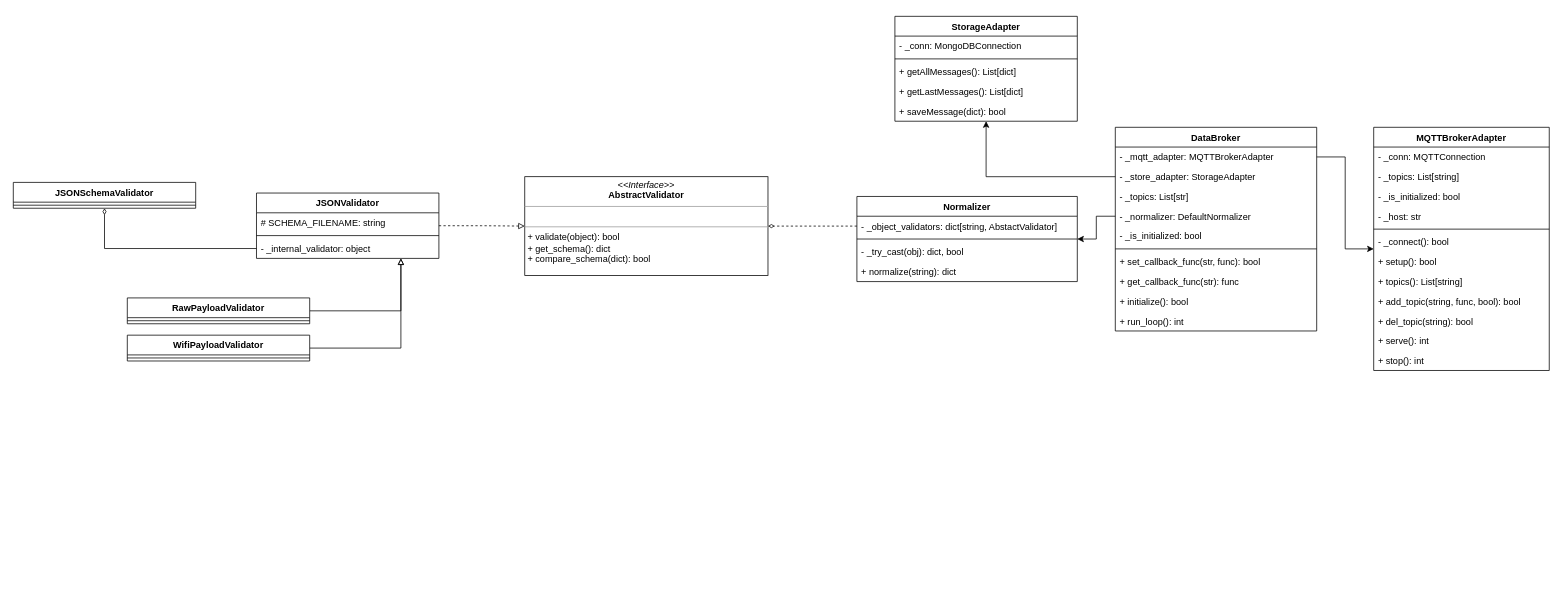
Kirkirillka/GPS_Tracker keeps this draw.io diagram as page "processing_subsystem" (1 of 3) of docs/schemes/classes/ClassDiagram.drawio. Above is the earlier version. Source tidied: cells renumbered, new cells numbered last; positions are measured from the earlier drawing's top-left corner, leaving out a move shared by most shapes. Both pictures are drawn from the tidied source at 76%, with x=0, y=0 at pixel (13, 16).
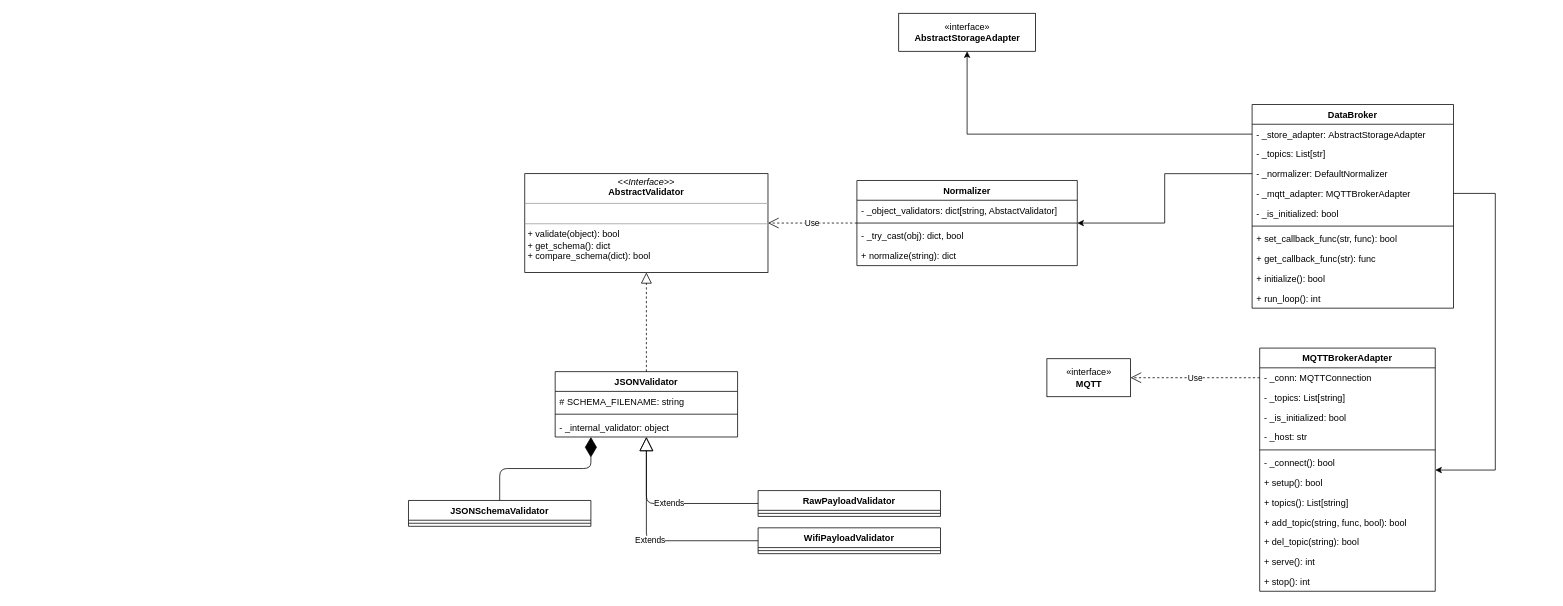
The same diagram, later.

Commit message (it also covers changes not shown here):
Change StorageAPI, added a new AbstractStorageAdapter class to make the API methods more describable.

Unchanged cells that the change refers to:
```xml
<mxCell id="14" value="- _conn: MQTTConnection&#10;" style="text;strokeColor=none;fillColor=none;align=left;verticalAlign=top;spacingLeft=4;spacingRight=4;overflow=hidden;points=[[0,0.5],[1,0.5]];portConstraint=eastwest;" parent="13" vertex="1">
  <mxGeometry y="26" width="231" height="26" as="geometry" />
</mxCell>
<mxCell id="32" value="- _internal_validator: object" style="text;strokeColor=none;fillColor=none;align=left;verticalAlign=top;spacingLeft=4;spacingRight=4;overflow=hidden;points=[[0,0.5],[1,0.5]];portConstraint=eastwest;" parent="29" vertex="1">
  <mxGeometry y="60" width="240" height="26" as="geometry" />
</mxCell>
<mxCell id="34" value="- _object_validators: dict[string, AbstactValidator]&#10;" style="text;strokeColor=none;fillColor=none;align=left;verticalAlign=top;spacingLeft=4;spacingRight=4;overflow=hidden;points=[[0,0.5],[1,0.5]];portConstraint=eastwest;" parent="33" vertex="1">
  <mxGeometry y="26" width="290" height="26" as="geometry" />
</mxCell>
```

The edit, as a diff of the source:
```diff
@@
     <mxCell id="2" value="DataBroker" style="swimlane;fontStyle=1;align=center;verticalAlign=top;horizontal=1;startSize=26;" parent="1" vertex="1">
-      <mxGeometry x="1450" y="146" width="265" height="268" as="geometry" />
+      <mxGeometry x="1630" y="116" width="265" height="268" as="geometry" />
     </mxCell>
-    <mxCell id="3" value="- _mqtt_adapter: MQTTBrokerAdapter" style="text;strokeColor=none;fillColor=none;align=left;verticalAlign=top;spacingLeft=4;spacingRight=4;overflow=hidden;points=[[0,0.5],[1,0.5]];portConstraint=eastwest;" parent="2" vertex="1">
-      <mxGeometry y="26" width="265" height="26" as="geometry" />
-    </mxCell>
-    <mxCell id="4" value="- _store_adapter: StorageAdapter" style="text;strokeColor=none;fillColor=none;align=left;verticalAlign=top;spacingLeft=4;spacingRight=4;overflow=hidden;points=[[0,0.5],[1,0.5]];portConstraint=eastwest;" parent="2" vertex="1">
-      <mxGeometry y="52" width="265" height="26" as="geometry" />
+    <mxCell id="4" value="- _store_adapter: AbstractStorageAdapter" style="text;strokeColor=none;fillColor=none;align=left;verticalAlign=top;spacingLeft=4;spacingRight=4;overflow=hidden;points=[[0,0.5],[1,0.5]];portConstraint=eastwest;" parent="2" vertex="1">
+      <mxGeometry y="26" width="265" height="26" as="geometry" />
     </mxCell>
     <mxCell id="5" value="- _topics: List[str]" style="text;strokeColor=none;fillColor=none;align=left;verticalAlign=top;spacingLeft=4;spacingRight=4;overflow=hidden;" parent="2" vertex="1">
-      <mxGeometry y="78" width="265" height="26" as="geometry" />
+      <mxGeometry y="52" width="265" height="26" as="geometry" />
     </mxCell>
     <mxCell id="6" value="- _normalizer: DefaultNormalizer" style="text;strokeColor=none;fillColor=none;align=left;verticalAlign=top;spacingLeft=4;spacingRight=4;overflow=hidden;points=[[0,0.5],[1,0.5]];portConstraint=eastwest;" parent="2" vertex="1">
-      <mxGeometry y="104" width="265" height="26" as="geometry" />
+      <mxGeometry y="78" width="265" height="26" as="geometry" />
     </mxCell>
+    <mxCell id="3" value="- _mqtt_adapter: MQTTBrokerAdapter" style="text;strokeColor=none;fillColor=none;align=left;verticalAlign=top;spacingLeft=4;spacingRight=4;overflow=hidden;points=[[0,0.5],[1,0.5]];portConstraint=eastwest;" parent="2" vertex="1">
+      <mxGeometry y="104" width="265" height="26" as="geometry" />
+    </mxCell>
@@
     <mxCell id="13" value="MQTTBrokerAdapter" style="swimlane;fontStyle=1;align=center;verticalAlign=top;horizontal=1;startSize=26;" parent="1" vertex="1">
-      <mxGeometry x="1790" y="146" width="231" height="320" as="geometry" />
+      <mxGeometry x="1640" y="436.5" width="231" height="320" as="geometry" />
     </mxCell>
@@
-    <mxCell id="26" style="edgeStyle=orthogonalEdgeStyle;rounded=0;jettySize=auto;html=1;endArrow=none;endFill=0;startArrow=block;startFill=0;" parent="1" edge="1" source="29" target="49">
-      <mxGeometry relative="1" as="geometry">
-        <Array as="points">
-          <mxPoint x="510" y="387.5" />
-        </Array>
-      </mxGeometry>
-    </mxCell>
-    <mxCell id="27" style="edgeStyle=orthogonalEdgeStyle;rounded=0;jettySize=auto;html=1;endArrow=none;endFill=0;startArrow=block;startFill=0;" parent="1" edge="1" source="29" target="51">
-      <mxGeometry relative="1" as="geometry">
-        <Array as="points">
-          <mxPoint x="510" y="436.5" />
-        </Array>
-      </mxGeometry>
-    </mxCell>
-    <mxCell id="28" style="edgeStyle=orthogonalEdgeStyle;rounded=0;jettySize=auto;html=1;startArrow=none;startFill=0;endArrow=block;endFill=0;dashed=1;" parent="1" edge="1" source="29" target="47">
-      <mxGeometry relative="1" as="geometry" />
-    </mxCell>
     <mxCell id="29" value="JSONValidator" style="swimlane;fontStyle=1;align=center;verticalAlign=top;horizontal=1;startSize=26;" parent="1" vertex="1">
-      <mxGeometry x="320" y="232.5" width="240" height="86" as="geometry" />
+      <mxGeometry x="713" y="467.5" width="240" height="86" as="geometry" />
     </mxCell>
@@
     <mxCell id="33" value="Normalizer" style="swimlane;fontStyle=1;align=center;verticalAlign=top;horizontal=1;startSize=26;" parent="1" vertex="1">
-      <mxGeometry x="1110" y="237" width="290" height="112" as="geometry" />
+      <mxGeometry x="1110" y="216" width="290" height="112" as="geometry" />
     </mxCell>
@@
-    <mxCell id="38" value="StorageAdapter" style="swimlane;fontStyle=1;align=center;verticalAlign=top;horizontal=1;startSize=26;" parent="1" vertex="1">
-      <mxGeometry x="1160" width="240" height="138" as="geometry" />
-    </mxCell>
-    <mxCell id="39" value="- _conn: MongoDBConnection" style="text;strokeColor=none;fillColor=none;align=left;verticalAlign=top;spacingLeft=4;spacingRight=4;overflow=hidden;" parent="38" vertex="1">
-      <mxGeometry y="26" width="240" height="26" as="geometry" />
-    </mxCell>
-    <mxCell id="40" style="line;strokeWidth=1;fillColor=none;align=left;verticalAlign=middle;spacingTop=-1;spacingLeft=3;spacingRight=3;labelPosition=right;" parent="38" vertex="1">
-      <mxGeometry y="52" width="240" height="8" as="geometry" />
-    </mxCell>
-    <mxCell id="41" value="+ getAllMessages(): List[dict]" style="text;strokeColor=none;fillColor=none;align=left;verticalAlign=top;spacingLeft=4;spacingRight=4;overflow=hidden;" parent="38" vertex="1">
-      <mxGeometry y="60" width="240" height="26" as="geometry" />
-    </mxCell>
-    <mxCell id="42" value="+ getLastMessages(): List[dict]" style="text;strokeColor=none;fillColor=none;align=left;verticalAlign=top;spacingLeft=4;spacingRight=4;overflow=hidden;" parent="38" vertex="1">
-      <mxGeometry y="86" width="240" height="26" as="geometry" />
-    </mxCell>
-    <mxCell id="43" value="+ saveMessage(dict): bool" style="text;strokeColor=none;fillColor=none;align=left;verticalAlign=top;spacingLeft=4;spacingRight=4;overflow=hidden;" parent="38" vertex="1">
-      <mxGeometry y="112" width="240" height="26" as="geometry" />
-    </mxCell>
-    <mxCell id="44" style="edgeStyle=orthogonalEdgeStyle;rounded=0;jettySize=auto;html=1;" parent="1" edge="1" source="3" target="13">
-      <mxGeometry relative="1" as="geometry" />
-    </mxCell>
-    <mxCell id="45" style="edgeStyle=orthogonalEdgeStyle;rounded=0;jettySize=auto;html=1;" parent="1" edge="1" source="4" target="38">
+    <mxCell id="45" style="edgeStyle=orthogonalEdgeStyle;rounded=0;jettySize=auto;html=1;entryX=0.5;entryY=1;entryDx=0;entryDy=0;" parent="1" edge="1" source="4" target="56">
       <mxGeometry relative="1" as="geometry" />
     </mxCell>
@@
     <mxCell id="47" value="&lt;p style=&quot;margin: 0px ; margin-top: 4px ; text-align: center&quot;&gt;&lt;i&gt;&amp;lt;&amp;lt;Interface&amp;gt;&amp;gt;&lt;/i&gt;&lt;br&gt;&lt;b&gt;AbstractValidator&lt;/b&gt;&lt;/p&gt;&lt;hr size=&quot;1&quot;&gt;&lt;p style=&quot;margin: 0px ; margin-left: 4px&quot;&gt;&lt;br&gt;&lt;/p&gt;&lt;hr size=&quot;1&quot;&gt;&lt;p style=&quot;margin: 0px ; margin-left: 4px&quot;&gt;+ validate(object): bool&lt;br&gt;+ get_schema(): dict&lt;/p&gt;&lt;p style=&quot;margin: 0px ; margin-left: 4px&quot;&gt;&lt;span&gt;+ compare_schema(dict)&lt;/span&gt;&lt;span&gt;: bool&lt;/span&gt;&lt;/p&gt;" style="verticalAlign=top;align=left;overflow=fill;fontSize=12;fontFamily=Helvetica;html=1;rounded=0;shadow=0;comic=0;labelBackgroundColor=none;strokeColor=#000000;strokeWidth=1;fillColor=#ffffff;" parent="1" vertex="1">
-      <mxGeometry x="673" y="211" width="320" height="130" as="geometry" />
+      <mxGeometry x="673" y="207" width="320" height="130" as="geometry" />
     </mxCell>
-    <mxCell id="48" style="edgeStyle=orthogonalEdgeStyle;rounded=0;jettySize=auto;html=1;dashed=1;endArrow=diamondThin;endFill=0;" parent="1" edge="1" source="34" target="47">
-      <mxGeometry relative="1" as="geometry" />
-    </mxCell>
     <mxCell id="49" value="RawPayloadValidator" style="swimlane;fontStyle=1;align=center;verticalAlign=top;horizontal=1;startSize=26;" parent="1" vertex="1">
-      <mxGeometry x="150" y="370.5" width="240" height="34" as="geometry" />
+      <mxGeometry x="980" y="624" width="240" height="34" as="geometry" />
     </mxCell>
@@
     <mxCell id="51" value="WifiPayloadValidator" style="swimlane;fontStyle=1;align=center;verticalAlign=top;horizontal=1;startSize=26;" parent="1" vertex="1">
-      <mxGeometry x="150" y="419.5" width="240" height="34" as="geometry" />
+      <mxGeometry x="980" y="673" width="240" height="34" as="geometry" />
     </mxCell>
@@
     <mxCell id="53" value="JSONSchemaValidator" style="swimlane;fontStyle=1;align=center;verticalAlign=top;horizontal=1;startSize=26;" parent="1" vertex="1">
-      <mxGeometry y="218.5" width="240" height="34" as="geometry" />
+      <mxGeometry x="520" y="637" width="240" height="34" as="geometry" />
     </mxCell>
@@
-    <mxCell id="55" style="edgeStyle=orthogonalEdgeStyle;rounded=0;jettySize=auto;html=1;endArrow=diamondThin;endFill=0;" parent="1" edge="1" source="32" target="53">
-      <mxGeometry relative="1" as="geometry" />
-    </mxCell>
+    <mxCell id="56" value="«interface»&lt;br&gt;&lt;b&gt;AbstractStorageAdapter&lt;/b&gt;&lt;br&gt;" style="html=1;" parent="1" vertex="1">
+      <mxGeometry x="1165" y="-4" width="180" height="50" as="geometry" />
+    </mxCell>
+    <mxCell id="57" value="«interface»&lt;br&gt;&lt;b&gt;MQTT&lt;/b&gt;&lt;br&gt;" style="html=1;" parent="1" vertex="1">
+      <mxGeometry x="1360" y="450.5" width="110" height="50" as="geometry" />
+    </mxCell>
+    <mxCell id="44" style="edgeStyle=orthogonalEdgeStyle;rounded=0;jettySize=auto;html=1;endArrow=classic;endFill=1;strokeColor=#000000;" parent="1" edge="1" source="3" target="13">
+      <mxGeometry relative="1" as="geometry">
+        <Array as="points">
+          <mxPoint x="1950" y="233" />
+          <mxPoint x="1950" y="597" />
+        </Array>
+      </mxGeometry>
+    </mxCell>
+    <mxCell id="58" style="endArrow=diamondThin;endFill=1;endSize=24;html=1;strokeColor=#000000;edgeStyle=orthogonalEdgeStyle;" parent="1" edge="1" source="53" target="29">
+      <mxGeometry relative="1" as="geometry">
+        <Array as="points">
+          <mxPoint x="640" y="595" />
+          <mxPoint x="760" y="595" />
+        </Array>
+      </mxGeometry>
+    </mxCell>
+    <mxCell id="59" value="Extends" style="endArrow=block;endSize=16;endFill=0;html=1;strokeColor=#000000;edgeStyle=orthogonalEdgeStyle;" parent="1" edge="1" source="49" target="29">
+      <mxGeometry relative="1" as="geometry" />
+    </mxCell>
+    <mxCell id="60" value="Extends" style="endArrow=block;endSize=16;endFill=0;html=1;strokeColor=#000000;edgeStyle=orthogonalEdgeStyle;" parent="1" edge="1" source="51" target="29">
+      <mxGeometry relative="1" as="geometry" />
+    </mxCell>
+    <mxCell id="28" style="endArrow=block;dashed=1;endFill=0;endSize=12;html=1;strokeColor=#000000;" parent="1" edge="1" source="29" target="47">
+      <mxGeometry relative="1" as="geometry" />
+    </mxCell>
+    <mxCell id="61" value="Use" style="endArrow=open;endSize=12;dashed=1;html=1;strokeColor=#000000;" parent="1" edge="1" source="14" target="57">
+      <mxGeometry relative="1" as="geometry" />
+    </mxCell>
+    <mxCell id="62" value="Use" style="endArrow=open;endSize=12;dashed=1;html=1;strokeColor=#000000;" parent="1" edge="1" source="33" target="47">
+      <mxGeometry relative="1" as="geometry" />
+    </mxCell>
```
